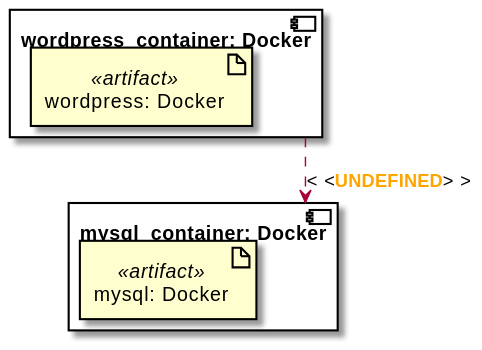
Above: examples/ariatosca/diagrams/uml2/compute-1-1.0-uml2-deployment-diagram.svg in Orange-OpenSource/Cloudnet-TOSCA-toolbox (PlantUML), before the change.
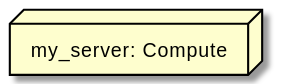
The same diagram one commit later.

What changed in the source:
```diff
@@ -2,11 +2,5 @@
 skinparam componentStyle uml2
 allowmixing
 
-component "mysql_container: Docker" as node_mysql_container {
-artifact "mysql: Docker" <<artifact>> as node_mysql_container_artifact_my_image
-}
-component "wordpress_container: Docker" as node_wordpress_container {
-artifact "wordpress: Docker" <<artifact>> as node_wordpress_container_artifact_my_image
-}
-node_wordpress_container ..> node_mysql_container : <<**<color:orange>UNDEFINED</color>**>>
+node "my_server: Compute" as node_my_server
 @enduml
```
